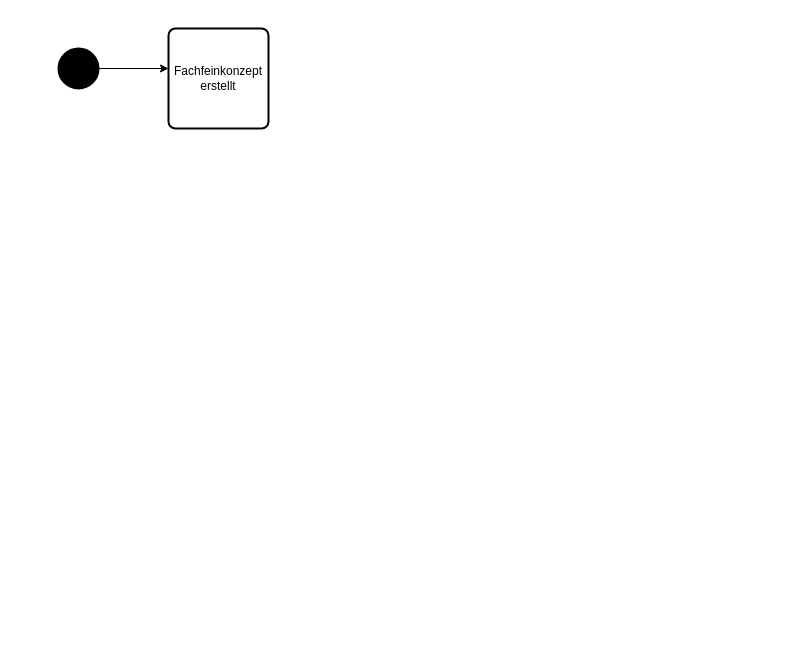
dhefel2s/Hbrs keeps this draw.io diagram as ü2.drawio. Above is the earlier version. Source tidied: cells renumbered, new cells numbered last; positions are measured from the earlier drawing's top-left corner, leaving out a move shared by most shapes. Both pictures are drawn from the tidied source at 100%, with x=0, y=0 at pixel (58, 28).
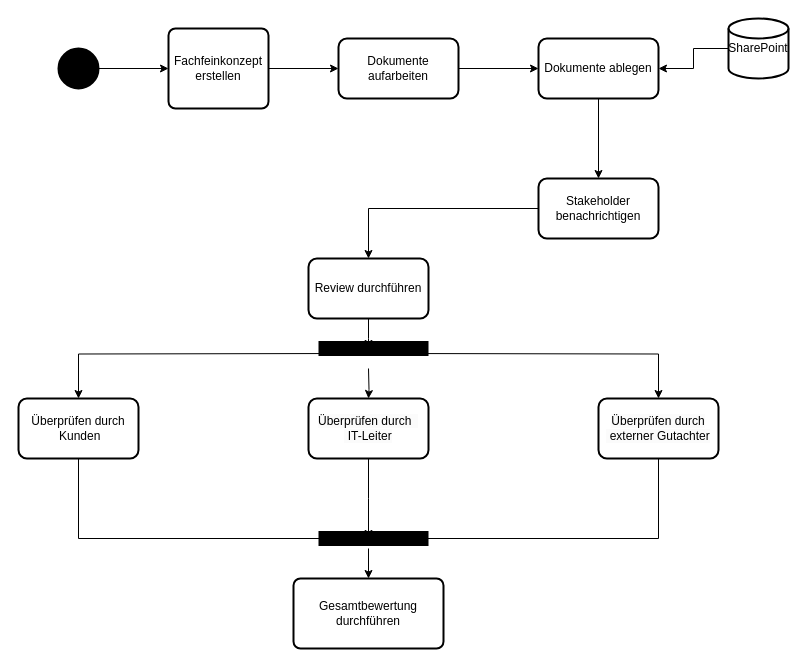
Above is the later version.

Diff of the diagram source:
```diff
@@
+    <mxCell id="5" style="edgeStyle=orthogonalEdgeStyle;rounded=0;jettySize=auto;html=1;" parent="1" edge="1" source="4" target="7">
+      <mxGeometry relative="1" as="geometry" />
+    </mxCell>
-    <mxCell id="4" value="Fachfeinkonzept erstellt" style="rounded=1;whiteSpace=wrap;html=1;absoluteArcSize=1;arcSize=14;strokeWidth=2;" parent="1" vertex="1">
-      <mxGeometry x="110" width="100" height="100" as="geometry" />
+    <mxCell id="4" value="Fachfeinkonzept erstellen" style="rounded=1;whiteSpace=wrap;html=1;absoluteArcSize=1;arcSize=14;strokeWidth=2;" parent="1" vertex="1">
+      <mxGeometry x="110" width="100" height="80" as="geometry" />
     </mxCell>
+    <mxCell id="6" style="edgeStyle=orthogonalEdgeStyle;rounded=0;jettySize=auto;html=1;" parent="1" edge="1" source="7" target="10">
+      <mxGeometry relative="1" as="geometry" />
+    </mxCell>
+    <mxCell id="7" value="Dokumente aufarbeiten" style="whiteSpace=wrap;html=1;rounded=1;arcSize=14;strokeWidth=2;" parent="1" vertex="1">
+      <mxGeometry x="280" y="10" width="120" height="60" as="geometry" />
+    </mxCell>
+    <mxCell id="8" style="edgeStyle=orthogonalEdgeStyle;rounded=0;orthogonalLoop=1;jettySize=auto;html=1;exitX=0.5;exitY=1;exitDx=0;exitDy=0;" parent="1" edge="1" source="4" target="4">
+      <mxGeometry relative="1" as="geometry" />
+    </mxCell>
+    <mxCell id="9" style="edgeStyle=orthogonalEdgeStyle;rounded=0;jettySize=auto;html=1;" parent="1" edge="1" source="10" target="14">
+      <mxGeometry relative="1" as="geometry" />
+    </mxCell>
+    <mxCell id="10" value="Dokumente ablegen" style="whiteSpace=wrap;html=1;rounded=1;arcSize=14;strokeWidth=2;" parent="1" vertex="1">
+      <mxGeometry x="480" y="10" width="120" height="60" as="geometry" />
+    </mxCell>
+    <mxCell id="11" style="edgeStyle=orthogonalEdgeStyle;rounded=0;jettySize=auto;html=1;" parent="1" edge="1" source="12" target="10">
+      <mxGeometry relative="1" as="geometry" />
+    </mxCell>
+    <mxCell id="12" value="SharePoint" style="strokeWidth=2;html=1;shape=mxgraph.flowchart.database;whiteSpace=wrap;" parent="1" vertex="1">
+      <mxGeometry x="670" y="-10" width="60" height="60" as="geometry" />
+    </mxCell>
+    <mxCell id="13" style="edgeStyle=orthogonalEdgeStyle;rounded=0;jettySize=auto;html=1;" parent="1" edge="1" source="14" target="16">
+      <mxGeometry relative="1" as="geometry" />
+    </mxCell>
+    <mxCell id="14" value="Stakeholder benachrichtigen" style="whiteSpace=wrap;html=1;rounded=1;arcSize=14;strokeWidth=2;" parent="1" vertex="1">
+      <mxGeometry x="480" y="150" width="120" height="60" as="geometry" />
+    </mxCell>
+    <mxCell id="15" style="edgeStyle=orthogonalEdgeStyle;rounded=0;jettySize=auto;html=1;" parent="1" edge="1" source="16">
+      <mxGeometry relative="1" as="geometry">
+        <mxPoint x="310" y="320" as="targetPoint" />
+      </mxGeometry>
+    </mxCell>
+    <mxCell id="16" value="Review durchführen" style="whiteSpace=wrap;html=1;rounded=1;arcSize=14;strokeWidth=2;" parent="1" vertex="1">
+      <mxGeometry x="250" y="230" width="120" height="60" as="geometry" />
+    </mxCell>
+    <mxCell id="17" style="edgeStyle=orthogonalEdgeStyle;rounded=0;jettySize=auto;html=1;" parent="1" edge="1" target="21">
+      <mxGeometry relative="1" as="geometry">
+        <mxPoint x="290" y="325" as="sourcePoint" />
+      </mxGeometry>
+    </mxCell>
+    <mxCell id="18" style="edgeStyle=orthogonalEdgeStyle;rounded=0;jettySize=auto;html=1;" parent="1" edge="1" target="23">
+      <mxGeometry relative="1" as="geometry">
+        <mxPoint x="310" y="340" as="sourcePoint" />
+      </mxGeometry>
+    </mxCell>
+    <mxCell id="19" style="edgeStyle=orthogonalEdgeStyle;rounded=0;jettySize=auto;html=1;" parent="1" edge="1" target="25">
+      <mxGeometry relative="1" as="geometry">
+        <mxPoint x="330" y="325" as="sourcePoint" />
+      </mxGeometry>
+    </mxCell>
+    <mxCell id="20" style="edgeStyle=orthogonalEdgeStyle;rounded=0;jettySize=auto;html=1;" parent="1" edge="1" source="21">
+      <mxGeometry relative="1" as="geometry">
+        <mxPoint x="275" y="510" as="targetPoint" />
+        <Array as="points">
+          <mxPoint x="20" y="510" />
+        </Array>
+      </mxGeometry>
+    </mxCell>
+    <mxCell id="21" value="Überprüfen durch &amp;nbsp;Kunden" style="whiteSpace=wrap;html=1;rounded=1;arcSize=14;strokeWidth=2;" parent="1" vertex="1">
+      <mxGeometry x="-40" y="370" width="120" height="60" as="geometry" />
+    </mxCell>
+    <mxCell id="22" style="edgeStyle=orthogonalEdgeStyle;rounded=0;jettySize=auto;html=1;" parent="1" edge="1" source="23">
+      <mxGeometry relative="1" as="geometry">
+        <mxPoint x="310" y="510" as="targetPoint" />
+      </mxGeometry>
+    </mxCell>
+    <mxCell id="23" value="&lt;span style=&quot;caret-color: rgb(0, 0, 0); color: rgb(0, 0, 0); font-family: Helvetica; font-size: 12px; font-style: normal; font-variant-caps: normal; font-weight: 400; letter-spacing: normal; text-align: center; text-indent: 0px; text-transform: none; word-spacing: 0px; -webkit-text-stroke-width: 0px; background-color: rgb(251, 251, 251); text-decoration: none; float: none; display: inline !important;&quot;&gt;Überprüfen durch &amp;nbsp; &amp;nbsp;IT-Leiter&lt;/span&gt;" style="whiteSpace=wrap;html=1;rounded=1;arcSize=14;strokeWidth=2;" parent="1" vertex="1">
+      <mxGeometry x="250" y="370" width="120" height="60" as="geometry" />
+    </mxCell>
+    <mxCell id="24" style="edgeStyle=orthogonalEdgeStyle;rounded=0;jettySize=auto;html=1;entryX=1;entryY=0.5;entryDx=0;entryDy=0;" parent="1" edge="1" source="25">
+      <mxGeometry relative="1" as="geometry">
+        <mxPoint x="345" y="510" as="targetPoint" />
+        <Array as="points">
+          <mxPoint x="600" y="510" />
+        </Array>
+      </mxGeometry>
+    </mxCell>
+    <mxCell id="25" value="&lt;span style=&quot;caret-color: rgb(0, 0, 0); color: rgb(0, 0, 0); font-family: Helvetica; font-size: 12px; font-style: normal; font-variant-caps: normal; font-weight: 400; letter-spacing: normal; text-align: center; text-indent: 0px; text-transform: none; word-spacing: 0px; -webkit-text-stroke-width: 0px; background-color: rgb(251, 251, 251); text-decoration: none; float: none; display: inline !important;&quot;&gt;Überprüfen durch &amp;nbsp;externer Gutachter&lt;/span&gt;" style="whiteSpace=wrap;html=1;rounded=1;arcSize=14;strokeWidth=2;" parent="1" vertex="1">
+      <mxGeometry x="540" y="370" width="120" height="60" as="geometry" />
+    </mxCell>
+    <mxCell id="26" style="endArrow=none;html=1;rounded=0;strokeWidth=15;" parent="1" edge="1">
+      <mxGeometry relative="1" as="geometry">
+        <mxPoint x="260" y="320" as="sourcePoint" />
+        <mxPoint x="370" y="320" as="targetPoint" />
+      </mxGeometry>
+    </mxCell>
+    <mxCell id="27" style="endArrow=none;html=1;rounded=0;strokeWidth=15;" parent="1" edge="1">
+      <mxGeometry relative="1" as="geometry">
+        <mxPoint x="260" y="510" as="sourcePoint" />
+        <mxPoint x="370" y="510" as="targetPoint" />
+      </mxGeometry>
+    </mxCell>
+    <mxCell id="28" style="endArrow=classic;html=1;rounded=0;" parent="1" edge="1" target="29">
+      <mxGeometry relative="1" as="geometry">
+        <mxPoint x="310" y="520" as="sourcePoint" />
+      </mxGeometry>
+    </mxCell>
+    <mxCell id="29" value="Gesamtbewertung&lt;br&gt;durchführen" style="rounded=1;whiteSpace=wrap;html=1;absoluteArcSize=1;arcSize=14;strokeWidth=2;" parent="1" vertex="1">
+      <mxGeometry x="235" y="550" width="150" height="70" as="geometry" />
+    </mxCell>
```
